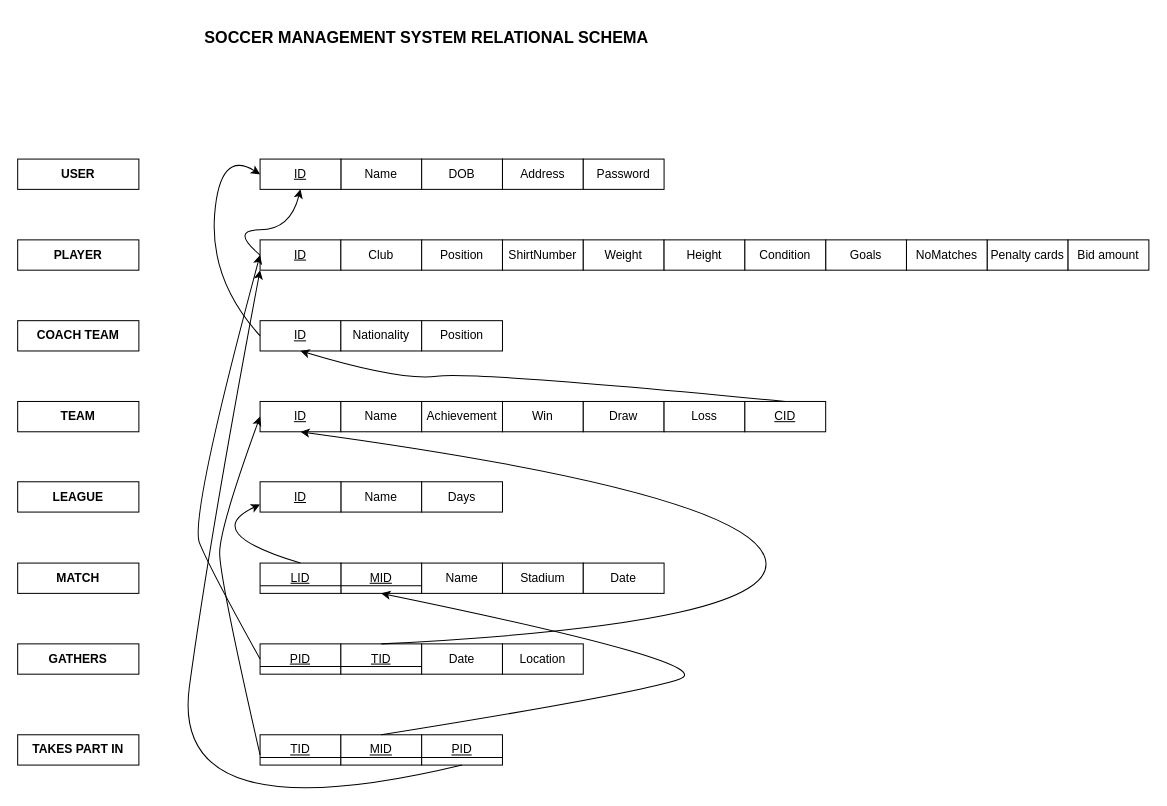
kieuvantuyen01/testGit keeps this draw.io diagram as RM_SoccerDBMS.drawio. Above is the earlier version. Source tidied: cells renumbered, new cells numbered last; positions are measured from the earlier drawing's top-left corner, leaving out a move shared by most shapes. Both pictures are drawn from the tidied source at 101%, with x=0, y=0 at pixel (17, 17).
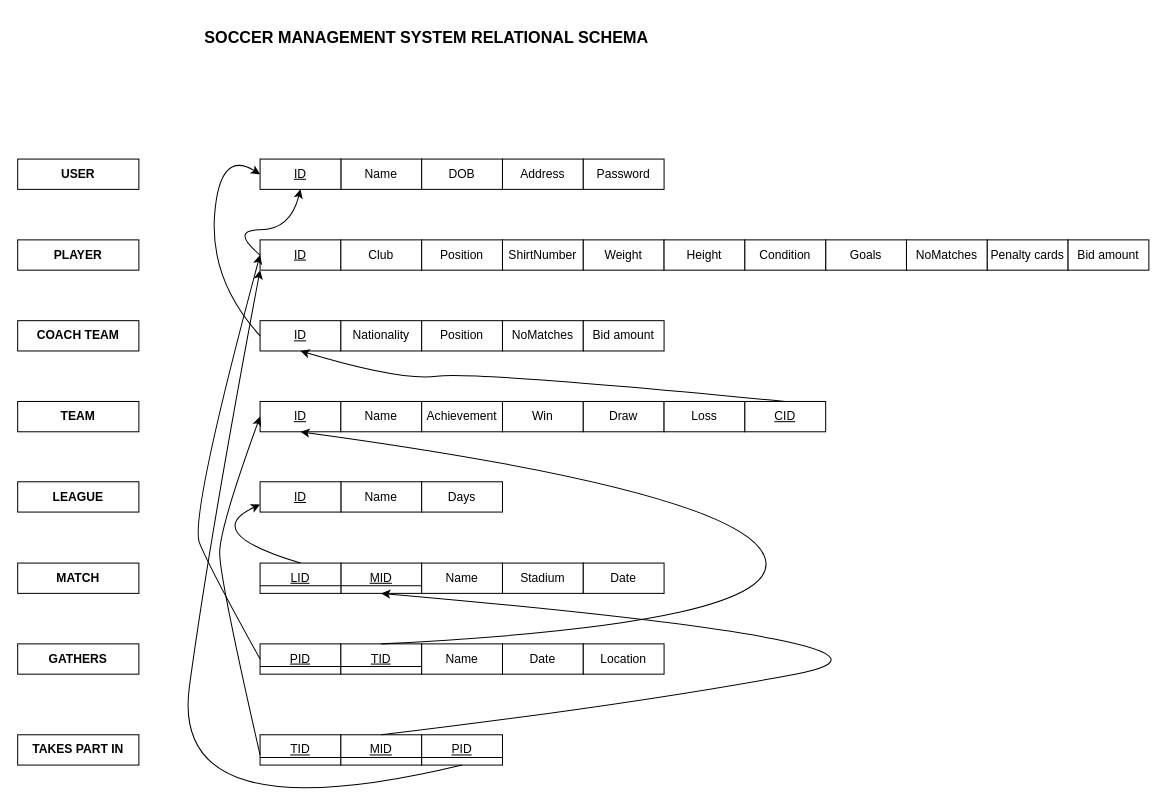
The same diagram, later.

The change refers to these unchanged cells:
```xml
<mxCell id="7" value="MID" style="rounded=0;whiteSpace=wrap;html=1;fontStyle=4;" parent="1" vertex="1">
  <mxGeometry x="320" y="540" width="80" height="30" as="geometry" />
</mxCell>
<mxCell id="51" value="&lt;u&gt;MID&lt;/u&gt;" style="rounded=0;whiteSpace=wrap;html=1;" parent="1" vertex="1">
  <mxGeometry x="320" y="710" width="80" height="30" as="geometry" />
</mxCell>
```

Diff of the diagram source:
```diff
@@
     <mxCell id="43" value="Date" style="rounded=0;whiteSpace=wrap;html=1;" parent="1" vertex="1">
-      <mxGeometry x="400" y="620" width="80" height="30" as="geometry" />
+      <mxGeometry x="480" y="620" width="80" height="30" as="geometry" />
     </mxCell>
     <mxCell id="44" value="Location" style="rounded=0;whiteSpace=wrap;html=1;" parent="1" vertex="1">
-      <mxGeometry x="480" y="620" width="80" height="30" as="geometry" />
+      <mxGeometry x="560" y="620" width="80" height="30" as="geometry" />
     </mxCell>
@@
     <mxCell id="62" style="curved=1;endArrow=classic;html=1;exitX=0.5;exitY=0;exitDx=0;exitDy=0;entryX=0.5;entryY=1;entryDx=0;entryDy=0;" parent="1" edge="1" source="51" target="7">
       <mxGeometry relative="1" as="geometry">
         <Array as="points">
-          <mxPoint x="610" y="670" />
-          <mxPoint x="700" y="640" />
+          <mxPoint x="610" y="680" />
+          <mxPoint x="930" y="620" />
         </Array>
       </mxGeometry>
     </mxCell>
@@
+    <mxCell id="64" value="Name" style="rounded=0;whiteSpace=wrap;html=1;" parent="1" vertex="1">
+      <mxGeometry x="400" y="620" width="80" height="30" as="geometry" />
+    </mxCell>
+    <mxCell id="65" value="NoMatches" style="rounded=0;whiteSpace=wrap;html=1;" parent="1" vertex="1">
+      <mxGeometry x="480" y="300" width="80" height="30" as="geometry" />
+    </mxCell>
+    <mxCell id="66" value="Bid amount" style="rounded=0;whiteSpace=wrap;html=1;" parent="1" vertex="1">
+      <mxGeometry x="560" y="300" width="80" height="30" as="geometry" />
+    </mxCell>
```
